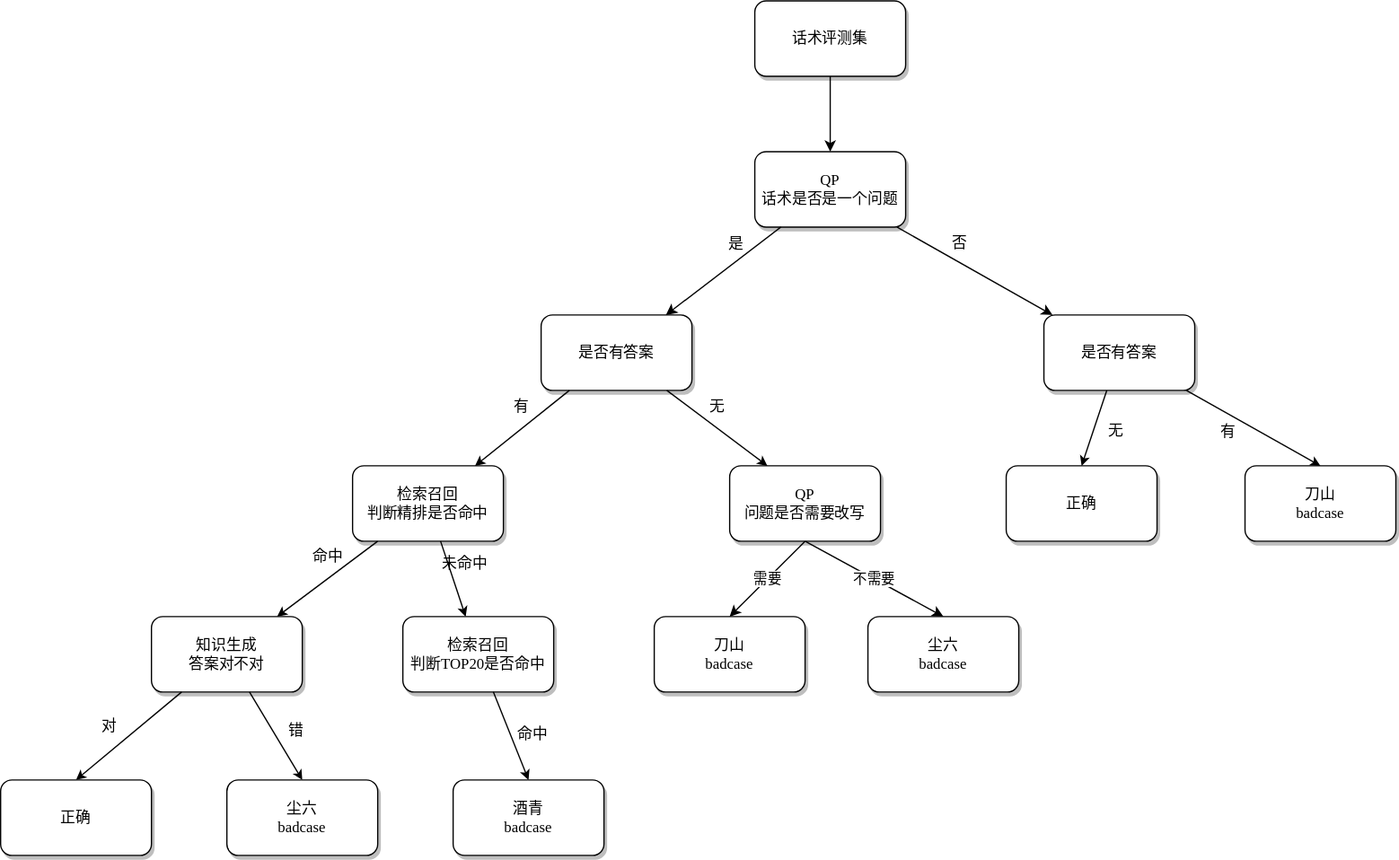
Earlier version of the draw.io export src/main/resources/未命名绘图.drawio.svg (gcaiwl/fundtest). Source tidied: cells renumbered, new cells last; positions are measured from the earlier drawing's top-left corner, leaving out a move shared by most shapes.
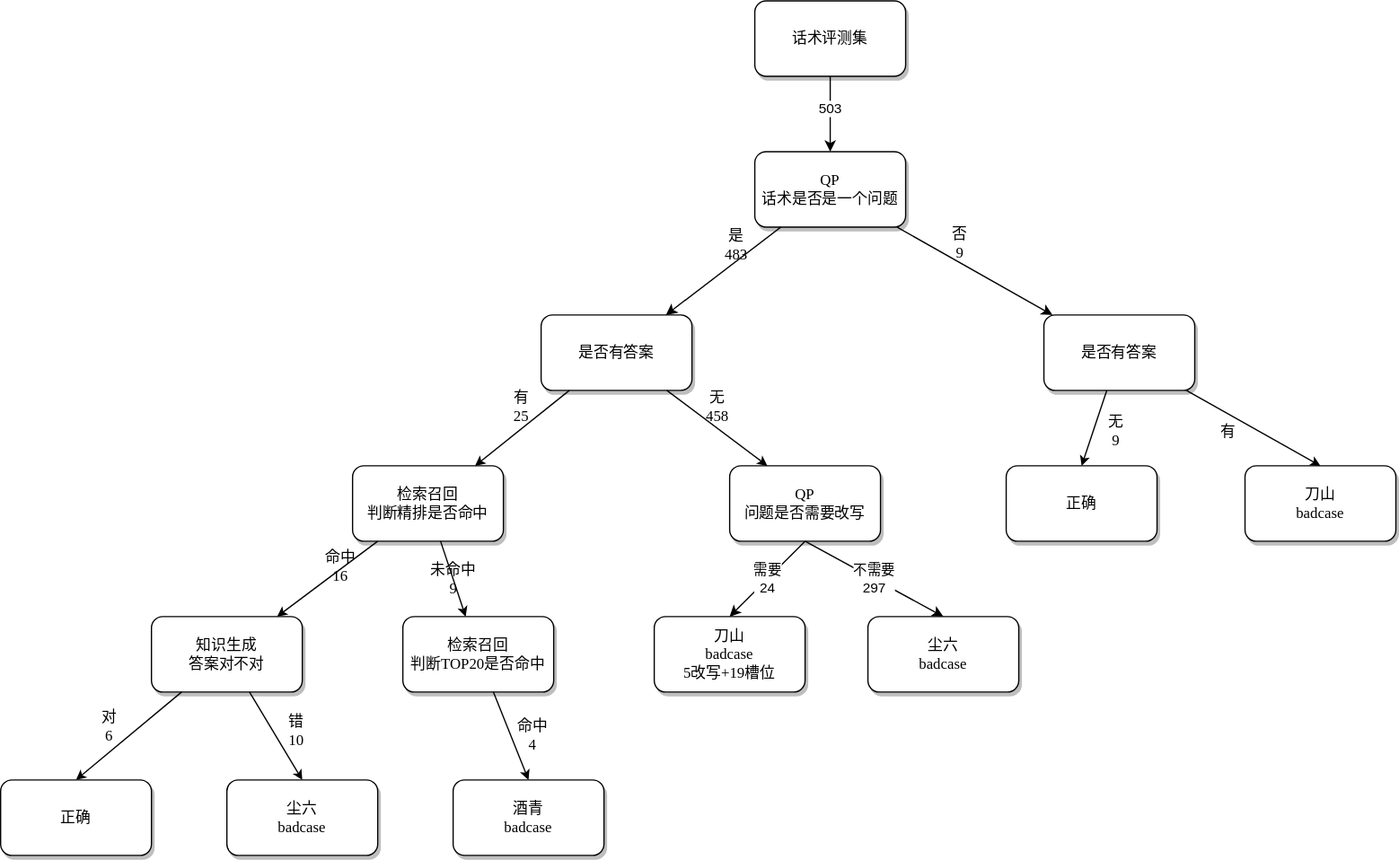
The same file after the commit.

What changed in the source:
```diff
@@ -11,10 +11,10 @@
     <mxCell id="4" value="&lt;span&gt;是否有答案&lt;/span&gt;" style="whiteSpace=wrap;html=1;rounded=1;shadow=1;labelBackgroundColor=none;strokeWidth=1;fontFamily=Verdana;fontSize=12;align=center;" parent="1" vertex="1">
       <mxGeometry x="830" y="250" width="120" height="60" as="geometry" />
     </mxCell>
-    <mxCell id="5" value="否" style="rounded=0;html=1;labelBackgroundColor=none;startArrow=none;startFill=0;endArrow=classic;endFill=1;jettySize=auto;strokeWidth=1;fontFamily=Verdana;fontSize=12;" parent="1" edge="1" source="2" target="4">
+    <mxCell id="5" value="否&lt;br&gt;9" style="rounded=0;html=1;labelBackgroundColor=none;startArrow=none;startFill=0;endArrow=classic;endFill=1;jettySize=auto;strokeWidth=1;fontFamily=Verdana;fontSize=12;" parent="1" edge="1" source="2" target="4">
       <mxGeometry x="-0.3" y="13" relative="1" as="geometry" />
     </mxCell>
-    <mxCell id="6" value="是" style="rounded=0;html=1;labelBackgroundColor=none;startArrow=none;startFill=0;endArrow=classic;endFill=1;jettySize=auto;strokeWidth=1;fontFamily=Verdana;fontSize=12;" parent="1" edge="1" source="2" target="3">
+    <mxCell id="6" value="是&lt;br&gt;483" style="rounded=0;html=1;labelBackgroundColor=none;startArrow=none;startFill=0;endArrow=classic;endFill=1;jettySize=auto;strokeWidth=1;fontFamily=Verdana;fontSize=12;" parent="1" edge="1" source="2" target="3">
       <mxGeometry x="-0.36" y="-11" relative="1" as="geometry" />
     </mxCell>
     <mxCell id="7" value="&lt;span&gt;检索召回&lt;br&gt;判断精排是否命中&lt;/span&gt;" style="whiteSpace=wrap;html=1;rounded=1;shadow=1;labelBackgroundColor=none;strokeWidth=1;fontFamily=Verdana;fontSize=12;align=center;" parent="1" vertex="1">
@@ -29,31 +29,31 @@
     <mxCell id="10" value="检索召回&lt;br&gt;判断TOP20是否命中" style="whiteSpace=wrap;html=1;rounded=1;shadow=1;labelBackgroundColor=none;strokeWidth=1;fontFamily=Verdana;fontSize=12;align=center;" parent="1" vertex="1">
       <mxGeometry x="320" y="490" width="120" height="60" as="geometry" />
     </mxCell>
-    <mxCell id="11" value="有" style="rounded=0;html=1;labelBackgroundColor=none;startArrow=none;startFill=0;startSize=5;endArrow=classic;endFill=1;endSize=5;jettySize=auto;strokeWidth=1;fontFamily=Verdana;fontSize=12;" parent="1" edge="1" source="3" target="7">
+    <mxCell id="11" value="有&lt;br&gt;25" style="rounded=0;html=1;labelBackgroundColor=none;startArrow=none;startFill=0;startSize=5;endArrow=classic;endFill=1;endSize=5;jettySize=auto;strokeWidth=1;fontFamily=Verdana;fontSize=12;" parent="1" edge="1" source="3" target="7">
       <mxGeometry x="-0.2" y="-14" relative="1" as="geometry" />
     </mxCell>
-    <mxCell id="12" value="无" style="rounded=0;html=1;labelBackgroundColor=none;startArrow=none;startFill=0;startSize=5;endArrow=classic;endFill=1;endSize=5;jettySize=auto;strokeWidth=1;fontFamily=Verdana;fontSize=12;entryX=0.25;entryY=0;entryDx=0;entryDy=0;" parent="1" edge="1" source="3" target="8">
+    <mxCell id="12" value="无&lt;br&gt;458" style="rounded=0;html=1;labelBackgroundColor=none;startArrow=none;startFill=0;startSize=5;endArrow=classic;endFill=1;endSize=5;jettySize=auto;strokeWidth=1;fontFamily=Verdana;fontSize=12;entryX=0.25;entryY=0;entryDx=0;entryDy=0;" parent="1" edge="1" source="3" target="8">
       <mxGeometry x="-0.2" y="14" relative="1" as="geometry" />
     </mxCell>
     <mxCell id="13" value="有" style="rounded=0;html=1;labelBackgroundColor=none;startArrow=none;startFill=0;startSize=5;endArrow=classic;endFill=1;endSize=5;jettySize=auto;strokeWidth=1;fontFamily=Verdana;fontSize=12;entryX=0.5;entryY=0;entryDx=0;entryDy=0;" parent="1" edge="1" source="4" target="20">
       <mxGeometry x="-0.26" y="-13" relative="1" as="geometry" />
     </mxCell>
-    <mxCell id="14" value="无" style="rounded=0;html=1;labelBackgroundColor=none;startArrow=none;startFill=0;startSize=5;endArrow=classic;endFill=1;endSize=5;jettySize=auto;strokeWidth=1;fontFamily=Verdana;fontSize=12;entryX=0.5;entryY=0;entryDx=0;entryDy=0;" parent="1" edge="1" source="4" target="21">
+    <mxCell id="14" value="无&lt;br&gt;9" style="rounded=0;html=1;labelBackgroundColor=none;startArrow=none;startFill=0;startSize=5;endArrow=classic;endFill=1;endSize=5;jettySize=auto;strokeWidth=1;fontFamily=Verdana;fontSize=12;entryX=0.5;entryY=0;entryDx=0;entryDy=0;" parent="1" edge="1" source="4" target="21">
       <mxGeometry x="-0.13" y="17" relative="1" as="geometry" />
     </mxCell>
-    <mxCell id="15" value="命中" style="rounded=0;html=1;labelBackgroundColor=none;startArrow=none;startFill=0;startSize=5;endArrow=classic;endFill=1;endSize=5;jettySize=auto;strokeWidth=1;fontFamily=Verdana;fontSize=12;" parent="1" edge="1" source="7" target="9">
-      <mxGeometry x="-0.22" y="-14" relative="1" as="geometry" />
+    <mxCell id="15" value="命中&lt;br&gt;16" style="rounded=0;html=1;labelBackgroundColor=none;startArrow=none;startFill=0;startSize=5;endArrow=classic;endFill=1;endSize=5;jettySize=auto;strokeWidth=1;fontFamily=Verdana;fontSize=12;" parent="1" edge="1" source="7" target="9">
+      <mxGeometry x="-0.28" y="-2" relative="1" as="geometry" />
     </mxCell>
-    <mxCell id="16" value="未命中" style="rounded=0;html=1;labelBackgroundColor=none;startArrow=none;startFill=0;startSize=5;endArrow=classic;endFill=1;endSize=5;jettySize=auto;strokeWidth=1;fontFamily=Verdana;fontSize=12;" parent="1" edge="1" source="7" target="10">
-      <mxGeometry x="-0.28" y="12" relative="1" as="geometry" />
+    <mxCell id="16" value="未命中&lt;br&gt;9" style="rounded=0;html=1;labelBackgroundColor=none;startArrow=none;startFill=0;startSize=5;endArrow=classic;endFill=1;endSize=5;jettySize=auto;strokeWidth=1;fontFamily=Verdana;fontSize=12;" parent="1" edge="1" source="7" target="10">
+      <mxGeometry relative="1" as="geometry" />
     </mxCell>
-    <mxCell id="17" value="对" style="rounded=0;html=1;labelBackgroundColor=none;startArrow=none;startFill=0;startSize=5;endArrow=classic;endFill=1;endSize=5;jettySize=auto;strokeWidth=1;fontFamily=Verdana;fontSize=12;entryX=0.5;entryY=0;entryDx=0;entryDy=0;" parent="1" edge="1" source="9" target="24">
+    <mxCell id="17" value="对&lt;br&gt;6" style="rounded=0;html=1;labelBackgroundColor=none;startArrow=none;startFill=0;startSize=5;endArrow=classic;endFill=1;endSize=5;jettySize=auto;strokeWidth=1;fontFamily=Verdana;fontSize=12;entryX=0.5;entryY=0;entryDx=0;entryDy=0;" parent="1" edge="1" source="9" target="24">
       <mxGeometry x="0.14" y="-16" relative="1" as="geometry" />
     </mxCell>
-    <mxCell id="18" value="错" style="rounded=0;html=1;labelBackgroundColor=none;startArrow=none;startFill=0;startSize=5;endArrow=classic;endFill=1;endSize=5;jettySize=auto;strokeWidth=1;fontFamily=Verdana;fontSize=12;entryX=0.5;entryY=0;entryDx=0;entryDy=0;" parent="1" edge="1" source="9" target="25">
+    <mxCell id="18" value="错&lt;br&gt;10" style="rounded=0;html=1;labelBackgroundColor=none;startArrow=none;startFill=0;startSize=5;endArrow=classic;endFill=1;endSize=5;jettySize=auto;strokeWidth=1;fontFamily=Verdana;fontSize=12;entryX=0.5;entryY=0;entryDx=0;entryDy=0;" parent="1" edge="1" source="9" target="25">
       <mxGeometry x="0.14" y="16" relative="1" as="geometry" />
     </mxCell>
-    <mxCell id="19" value="命中" style="rounded=0;html=1;labelBackgroundColor=none;startArrow=none;startFill=0;startSize=5;endArrow=classic;endFill=1;endSize=5;jettySize=auto;strokeWidth=1;fontFamily=Verdana;fontSize=12;entryX=0.5;entryY=0;entryDx=0;entryDy=0;" parent="1" edge="1" source="10" target="26">
+    <mxCell id="19" value="命中&lt;br&gt;4" style="rounded=0;html=1;labelBackgroundColor=none;startArrow=none;startFill=0;startSize=5;endArrow=classic;endFill=1;endSize=5;jettySize=auto;strokeWidth=1;fontFamily=Verdana;fontSize=12;entryX=0.5;entryY=0;entryDx=0;entryDy=0;" parent="1" edge="1" source="10" target="26">
       <mxGeometry x="0.14" y="16" relative="1" as="geometry" />
     </mxCell>
     <mxCell id="20" value="&lt;span&gt;刀山&lt;br&gt;badcase&lt;br&gt;&lt;/span&gt;" style="whiteSpace=wrap;html=1;rounded=1;shadow=1;labelBackgroundColor=none;strokeWidth=1;fontFamily=Verdana;fontSize=12;align=center;" parent="1" vertex="1">
@@ -65,6 +65,9 @@
     <mxCell id="22" style="edgeStyle=orthogonalEdgeStyle;rounded=0;jettySize=auto;html=1;exitX=0.5;exitY=1;exitDx=0;exitDy=0;" parent="1" edge="1" source="23" target="2">
       <mxGeometry relative="1" as="geometry" />
     </mxCell>
+    <mxCell id="31" value="503" style="edgeLabel;html=1;align=center;verticalAlign=middle;" parent="22" vertex="1">
+      <mxGeometry x="-0.17" y="-1" relative="1" as="geometry" />
+    </mxCell>
     <mxCell id="23" value="&lt;span&gt;话术评测集&lt;br&gt;&lt;/span&gt;" style="whiteSpace=wrap;html=1;rounded=1;shadow=1;labelBackgroundColor=none;strokeWidth=1;fontFamily=Verdana;fontSize=12;align=center;" parent="1" vertex="1">
       <mxGeometry x="600" width="120" height="60" as="geometry" />
     </mxCell>
@@ -80,13 +83,13 @@
     <mxCell id="27" value="尘六&lt;br&gt;badcase" style="whiteSpace=wrap;html=1;rounded=1;shadow=1;labelBackgroundColor=none;strokeWidth=1;fontFamily=Verdana;fontSize=12;align=center;" parent="1" vertex="1">
       <mxGeometry x="690" y="490" width="120" height="60" as="geometry" />
     </mxCell>
-    <mxCell id="28" value="&lt;span&gt;刀山&lt;br&gt;badcase&lt;br&gt;&lt;/span&gt;" style="whiteSpace=wrap;html=1;rounded=1;shadow=1;labelBackgroundColor=none;strokeWidth=1;fontFamily=Verdana;fontSize=12;align=center;" parent="1" vertex="1">
+    <mxCell id="28" value="&lt;span&gt;刀山&lt;br&gt;badcase&lt;br&gt;5改写+19槽位&lt;br&gt;&lt;/span&gt;" style="whiteSpace=wrap;html=1;rounded=1;shadow=1;labelBackgroundColor=none;strokeWidth=1;fontFamily=Verdana;fontSize=12;align=center;" parent="1" vertex="1">
       <mxGeometry x="520" y="490" width="120" height="60" as="geometry" />
     </mxCell>
-    <mxCell id="29" value="需要" style="endArrow=classic;html=1;rounded=0;entryX=0.5;entryY=0;entryDx=0;entryDy=0;exitX=0.5;exitY=1;exitDx=0;exitDy=0;" parent="1" edge="1" source="8" target="28">
+    <mxCell id="29" value="需要&lt;br&gt;24" style="endArrow=classic;html=1;rounded=0;entryX=0.5;entryY=0;entryDx=0;entryDy=0;exitX=0.5;exitY=1;exitDx=0;exitDy=0;" parent="1" edge="1" source="8" target="28">
       <mxGeometry relative="1" as="geometry" />
     </mxCell>
-    <mxCell id="30" value="不需要" style="endArrow=classic;html=1;rounded=0;entryX=0.5;entryY=0;entryDx=0;entryDy=0;exitX=0.5;exitY=1;exitDx=0;exitDy=0;" parent="1" edge="1" source="8" target="27">
+    <mxCell id="30" value="不需要&lt;br&gt;297" style="endArrow=classic;html=1;rounded=0;entryX=0.5;entryY=0;entryDx=0;entryDy=0;exitX=0.5;exitY=1;exitDx=0;exitDy=0;" parent="1" edge="1" source="8" target="27">
       <mxGeometry relative="1" as="geometry" />
     </mxCell>
   </root>
```
